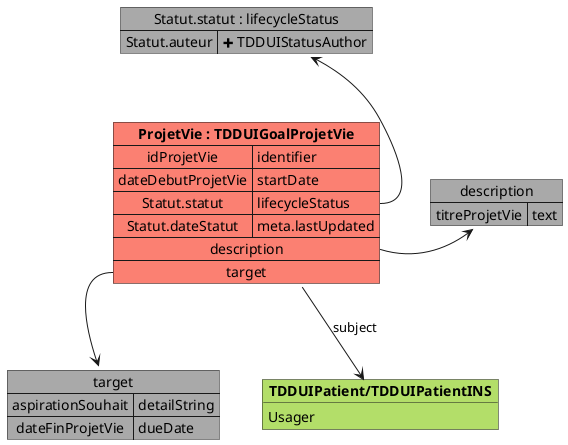
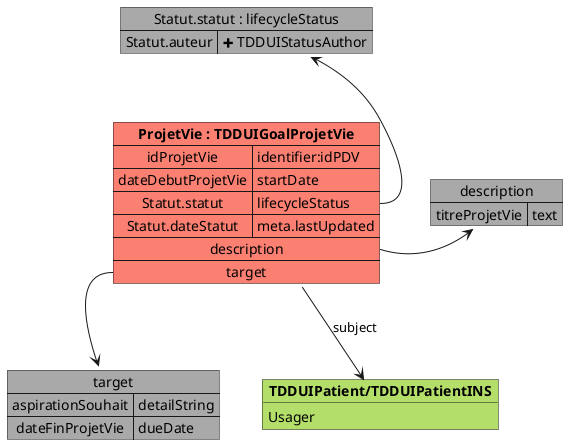
@startuml

map "Statut.statut : lifecycleStatus" as Statutstatut #DarkGray {
    Statut.auteur => <&plus> TDDUIStatusAuthor
}

map "description" as description #DarkGray {
    titreProjetVie => text
}

map "target" as target #DarkGray {
    aspirationSouhait => detailString
    dateFinProjetVie => dueDate
}

object "**TDDUIPatient/TDDUIPatientINS**" as TDDUIPatient_subject #b3de69 {
    Usager
}

map "**ProjetVie : TDDUIGoalProjetVie**" as ProjetVie #fb8072 {
-     idProjetVie => identifier
+     idProjetVie => identifier:idPDV
    dateDebutProjetVie => startDate
    Statut.statut => lifecycleStatus
    Statut.dateStatut => meta.lastUpdated
    description *-> description
    target *--> target
}

ProjetVie::Statut.statut -u-> Statutstatut
ProjetVie -d-> TDDUIPatient_subject : subject

@enduml